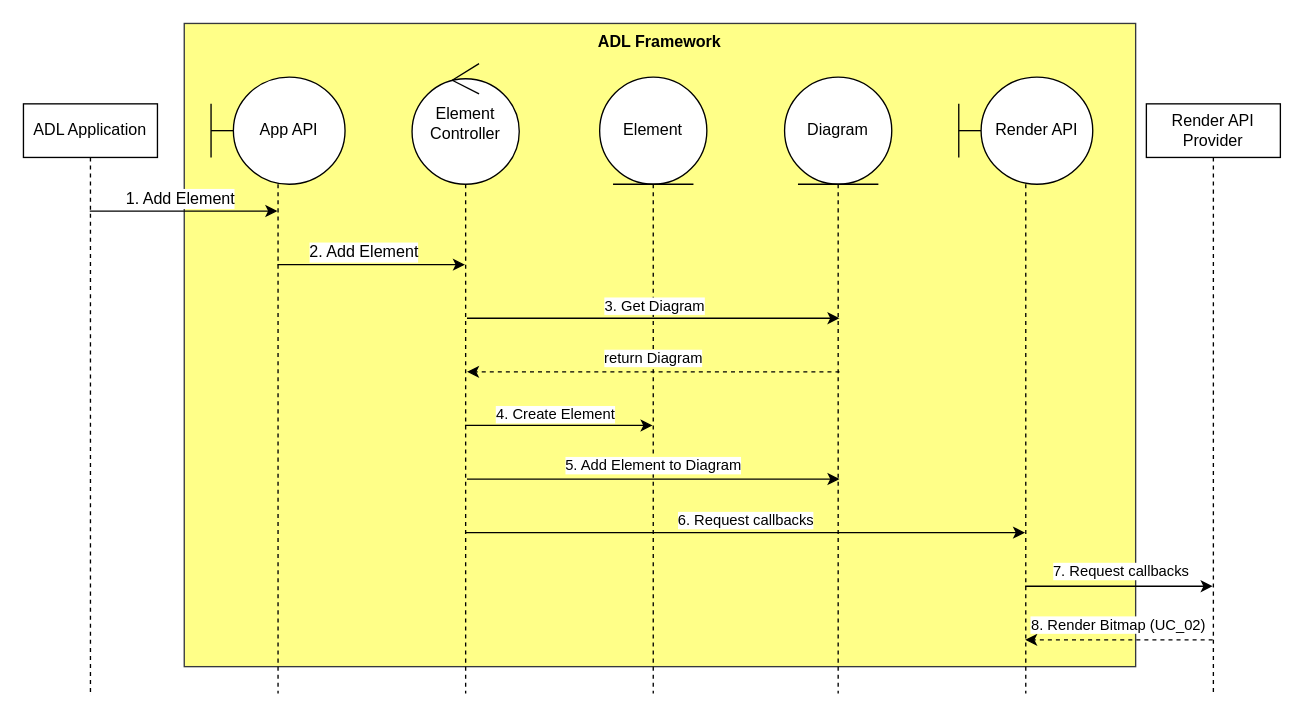
Earlier version of the draw.io diagram AddEditElement.drawio (phunm211/SW-Associate-Architecture). Source tidied: cells renumbered, new cells numbered last; positions are measured from the earlier drawing's top-left corner, leaving out a move shared by most shapes. Both pictures are drawn from the tidied source at 134%, with x=0, y=0 at pixel (23, 23).
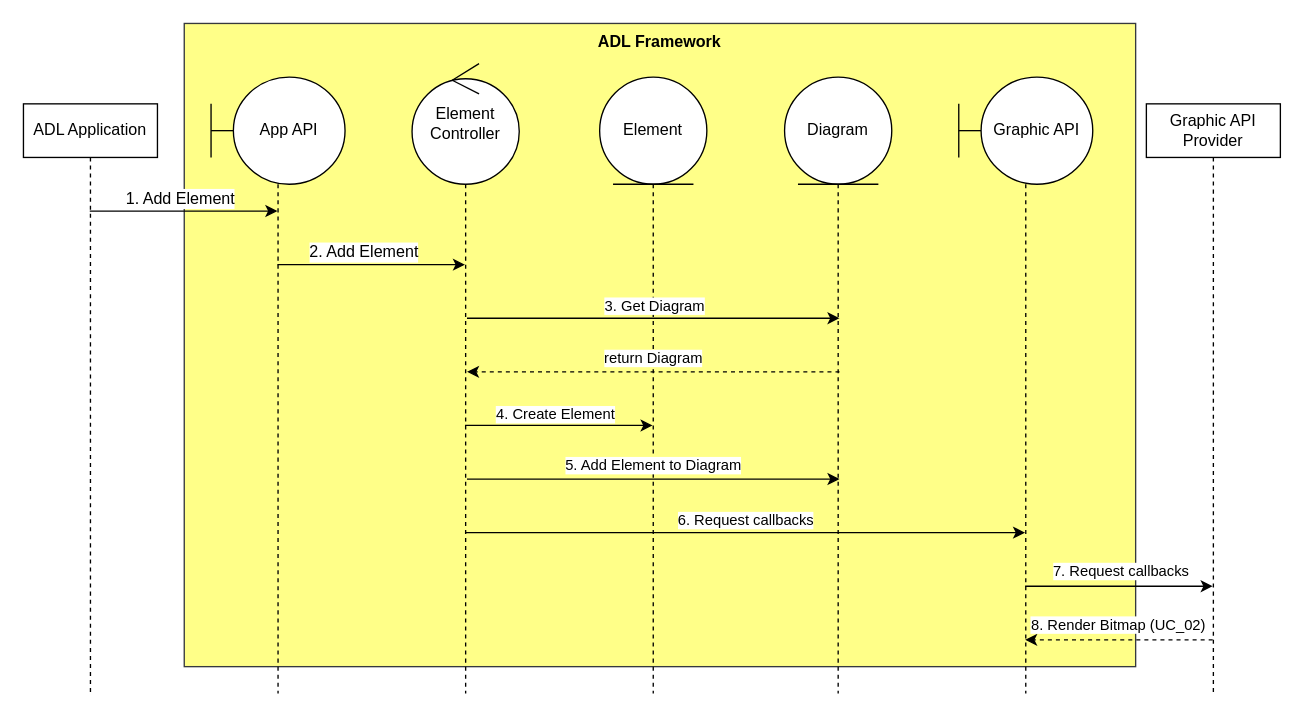
After the change.

Change to the diagram source:
```diff
@@
-    <mxCell id="21" value="Render API Provider" style="shape=umlLifeline;perimeter=lifelinePerimeter;whiteSpace=wrap;html=1;outlineConnect=0;portConstraint=eastwest;newEdgeStyle={&quot;curved&quot;:0,&quot;rounded&quot;:0};" parent="1" vertex="1">
+    <mxCell id="21" value="Graphic API Provider" style="shape=umlLifeline;perimeter=lifelinePerimeter;whiteSpace=wrap;html=1;outlineConnect=0;portConstraint=eastwest;newEdgeStyle={&quot;curved&quot;:0,&quot;rounded&quot;:0};" parent="1" vertex="1">
       <mxGeometry x="838" y="60" width="100" height="440" as="geometry" />
     </mxCell>
@@
-    <mxCell id="24" value="&amp;nbsp; &amp;nbsp; &amp;nbsp;Render API" style="shape=umlLifeline;perimeter=lifelinePerimeter;whiteSpace=wrap;html=1;outlineConnect=0;portConstraint=eastwest;newEdgeStyle={&quot;curved&quot;:0,&quot;rounded&quot;:0};participant=umlBoundary;size=80;" parent="1" vertex="1">
+    <mxCell id="24" value="&amp;nbsp; &amp;nbsp; &amp;nbsp;Graphic API" style="shape=umlLifeline;perimeter=lifelinePerimeter;whiteSpace=wrap;html=1;outlineConnect=0;portConstraint=eastwest;newEdgeStyle={&quot;curved&quot;:0,&quot;rounded&quot;:0};participant=umlBoundary;size=80;" parent="1" vertex="1">
       <mxGeometry x="698" y="40" width="100" height="460" as="geometry" />
     </mxCell>
```
